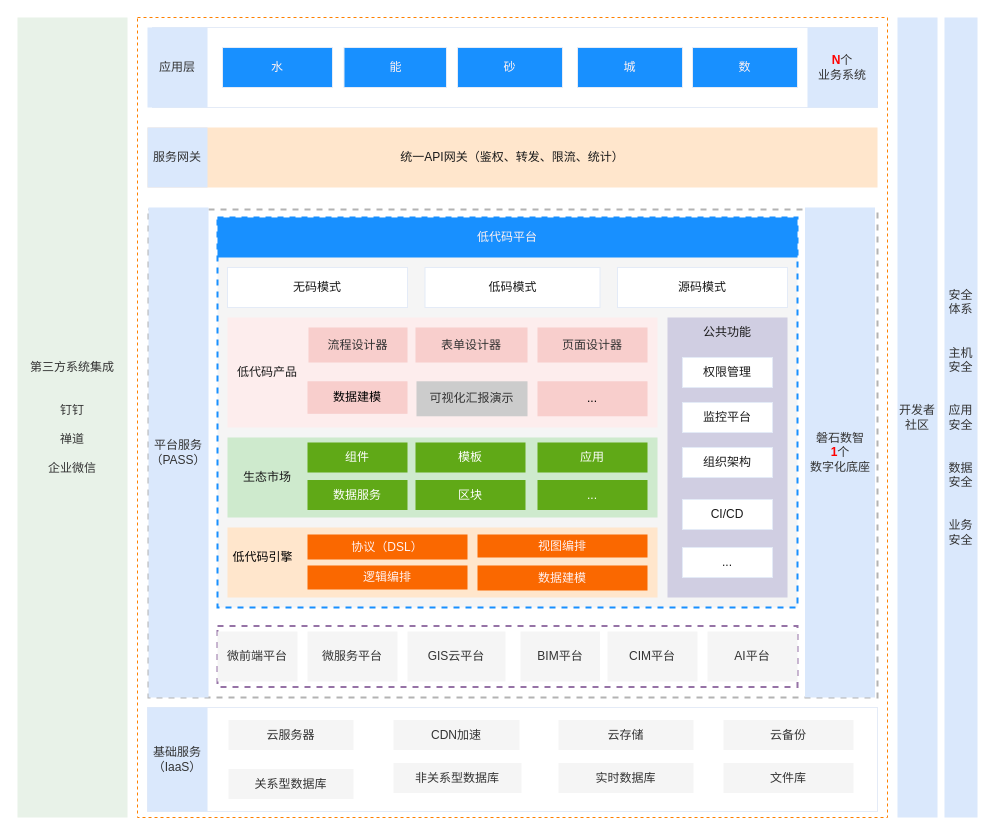
The draw.io diagram 低代码——整体架构图.drawio in tangyaosimida/love, before the edit. Source tidied: cells renumbered, new cells numbered last; positions are measured from the earlier drawing's top-left corner, leaving out a move shared by most shapes. Both pictures are drawn from the tidied source at 100%, with x=0, y=0 at pixel (17, 17).
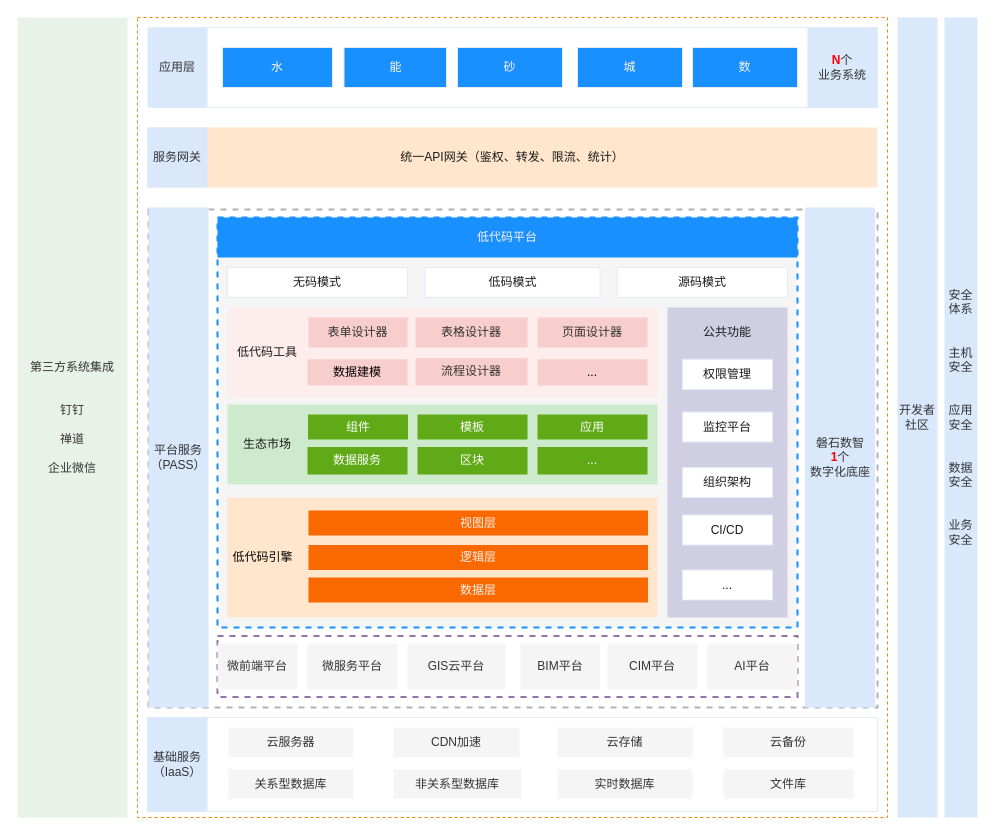
The same diagram, later.

Commit message:
更新低代码——整体架构图.drawio

Change to the diagram source:
```diff
@@
+    <mxCell id="3" style="rounded=0;whiteSpace=wrap;html=1;fillColor=none;dashed=1;strokeColor=#FF8000;fontColor=#1A1A1A;" parent="1" vertex="1">
+      <mxGeometry x="120" width="750" height="800" as="geometry" />
+    </mxCell>
     <mxCell id="2" style="rounded=0;whiteSpace=wrap;html=1;strokeColor=#B3B3B3;fillColor=none;dashed=1;strokeWidth=2;fontColor=#1A1A1A;" parent="1" vertex="1">
-      <mxGeometry x="131" y="192" width="729" height="488" as="geometry" />
+      <mxGeometry x="131" y="192" width="729" height="498" as="geometry" />
     </mxCell>
-    <mxCell id="3" style="rounded=0;whiteSpace=wrap;html=1;fillColor=none;dashed=1;strokeColor=#FF8000;fontColor=#1A1A1A;" parent="1" vertex="1">
-      <mxGeometry x="120" width="750" height="800" as="geometry" />
-    </mxCell>
@@
     <mxCell id="5" style="rounded=0;whiteSpace=wrap;html=1;fillColor=none;dashed=1;strokeWidth=2;strokeColor=#9673a6;" parent="1" vertex="1">
-      <mxGeometry x="200" y="608.5" width="580" height="61" as="geometry" />
+      <mxGeometry x="200" y="618.5" width="580" height="61" as="geometry" />
     </mxCell>
     <mxCell id="6" value="磐石数智&lt;div&gt;&lt;font color=&quot;#ff0000&quot;&gt;&lt;b&gt;1&lt;/b&gt;&lt;/font&gt;个&lt;/div&gt;&lt;div&gt;数字化底座&lt;/div&gt;" style="rounded=0;whiteSpace=wrap;html=1;strokeColor=none;fillColor=#dae8fc;fontColor=#333333;" parent="1" vertex="1">
-      <mxGeometry x="787.5" y="190" width="70" height="490" as="geometry" />
+      <mxGeometry x="787.5" y="190" width="70" height="500" as="geometry" />
     </mxCell>
     <mxCell id="7" value="平台服务&lt;div&gt;（PASS）&lt;/div&gt;" style="rounded=0;whiteSpace=wrap;html=1;fillColor=#dae8fc;strokeColor=none;fontColor=#333333;" parent="1" vertex="1">
-      <mxGeometry x="131" y="190" width="60" height="490" as="geometry" />
+      <mxGeometry x="131" y="190" width="60" height="500" as="geometry" />
     </mxCell>
     <mxCell id="8" style="rounded=0;whiteSpace=wrap;html=1;fillColor=#f5f5f5;dashed=1;strokeColor=#1890FF;strokeWidth=2;fontColor=#1A1A1A;" parent="1" vertex="1">
-      <mxGeometry x="200" y="200" width="580" height="390" as="geometry" />
+      <mxGeometry x="200" y="200" width="580" height="410" as="geometry" />
     </mxCell>
@@
     <mxCell id="11" style="rounded=0;whiteSpace=wrap;html=1;strokeColor=#E4EBF7;fontColor=#1A1A1A;" parent="1" vertex="1">
-      <mxGeometry x="130" y="690" width="730" height="104" as="geometry" />
+      <mxGeometry x="130" y="700" width="730" height="94" as="geometry" />
     </mxCell>
@@
     <mxCell id="14" value="基础服务&lt;div&gt;（IaaS）&lt;/div&gt;" style="rounded=0;whiteSpace=wrap;html=1;fillColor=#dae8fc;strokeColor=none;fontColor=#333333;" parent="1" vertex="1">
-      <mxGeometry x="130" y="690" width="60" height="104" as="geometry" />
+      <mxGeometry x="130" y="700" width="60" height="94" as="geometry" />
     </mxCell>
     <mxCell id="15" value="云服务器" style="rounded=0;whiteSpace=wrap;html=1;fillColor=#f5f5f5;strokeColor=none;fontColor=#333333;" parent="1" vertex="1">
-      <mxGeometry x="211" y="702.5" width="125" height="30" as="geometry" />
+      <mxGeometry x="211" y="710" width="125" height="30" as="geometry" />
     </mxCell>
     <mxCell id="16" value="CDN加速" style="rounded=0;whiteSpace=wrap;html=1;strokeColor=none;fontColor=#333333;fillColor=#f5f5f5;" parent="1" vertex="1">
-      <mxGeometry x="376" y="702.5" width="126" height="30" as="geometry" />
+      <mxGeometry x="376" y="710" width="126" height="30" as="geometry" />
     </mxCell>
     <mxCell id="17" value="云存储" style="rounded=0;whiteSpace=wrap;html=1;strokeColor=none;fontColor=#333333;fillColor=#f5f5f5;" parent="1" vertex="1">
-      <mxGeometry x="541" y="702.5" width="135" height="30" as="geometry" />
+      <mxGeometry x="540" y="710" width="135" height="30" as="geometry" />
     </mxCell>
     <mxCell id="18" value="云备份" style="rounded=0;whiteSpace=wrap;html=1;strokeColor=none;fontColor=#333333;fillColor=#f5f5f5;" parent="1" vertex="1">
-      <mxGeometry x="706" y="702.5" width="130" height="30" as="geometry" />
+      <mxGeometry x="706" y="710" width="130" height="30" as="geometry" />
     </mxCell>
@@
     <mxCell id="20" value="非关系型数据库" style="rounded=0;whiteSpace=wrap;html=1;strokeColor=none;fontColor=#333333;fillColor=#f5f5f5;" parent="1" vertex="1">
-      <mxGeometry x="376" y="745.5" width="128" height="30" as="geometry" />
+      <mxGeometry x="376" y="751.5" width="128" height="30" as="geometry" />
     </mxCell>
     <mxCell id="21" value="实时数据库" style="rounded=0;whiteSpace=wrap;html=1;strokeColor=none;fontColor=#333333;fillColor=#f5f5f5;" parent="1" vertex="1">
-      <mxGeometry x="541" y="745.5" width="135" height="30" as="geometry" />
+      <mxGeometry x="540" y="751.5" width="135" height="30" as="geometry" />
     </mxCell>
     <mxCell id="22" value="文件库" style="rounded=0;whiteSpace=wrap;html=1;strokeColor=none;fontColor=#333333;fillColor=#f5f5f5;" parent="1" vertex="1">
-      <mxGeometry x="706" y="745.5" width="130" height="30" as="geometry" />
+      <mxGeometry x="706" y="751.5" width="130" height="30" as="geometry" />
     </mxCell>
@@
     <mxCell id="28" value="微服务平台" style="rounded=0;whiteSpace=wrap;html=1;strokeColor=none;fontColor=#333333;fillColor=#f5f5f5;" parent="1" vertex="1">
-      <mxGeometry x="290" y="614" width="90" height="50" as="geometry" />
+      <mxGeometry x="290" y="626" width="90" height="46" as="geometry" />
     </mxCell>
     <mxCell id="29" value="微前端平台" style="rounded=0;whiteSpace=wrap;html=1;strokeColor=none;fontColor=#333333;fillColor=#f5f5f5;" parent="1" vertex="1">
-      <mxGeometry x="200" y="614" width="80" height="50" as="geometry" />
+      <mxGeometry x="200" y="626" width="80" height="46" as="geometry" />
     </mxCell>
@@
     <mxCell id="31" value="&lt;div&gt;&lt;br&gt;&lt;/div&gt;" style="rounded=0;whiteSpace=wrap;html=1;strokeColor=none;fillColor=#d0cee2;fontColor=#1A1A1A;" parent="1" vertex="1">
-      <mxGeometry x="650" y="300" width="120" height="280" as="geometry" />
+      <mxGeometry x="650" y="290" width="120" height="310" as="geometry" />
     </mxCell>
     <mxCell id="32" value="权限管理" style="rounded=0;whiteSpace=wrap;html=1;strokeColor=#E4EBF7;fontColor=#1A1A1A;" parent="1" vertex="1">
-      <mxGeometry x="665" y="340" width="90" height="30" as="geometry" />
+      <mxGeometry x="665" y="341.8" width="90" height="30" as="geometry" />
     </mxCell>
     <mxCell id="33" value="监控平台" style="rounded=0;whiteSpace=wrap;html=1;strokeColor=#E4EBF7;fontColor=#1A1A1A;" parent="1" vertex="1">
-      <mxGeometry x="665" y="385" width="90" height="30" as="geometry" />
+      <mxGeometry x="665" y="394.5" width="90" height="30" as="geometry" />
     </mxCell>
     <mxCell id="34" value="组织架构" style="rounded=0;whiteSpace=wrap;html=1;strokeColor=#E4EBF7;fontColor=#1A1A1A;" parent="1" vertex="1">
-      <mxGeometry x="665" y="430" width="90" height="30" as="geometry" />
+      <mxGeometry x="665" y="450" width="90" height="30" as="geometry" />
     </mxCell>
     <mxCell id="35" value="CI/CD" style="rounded=0;whiteSpace=wrap;html=1;strokeColor=#E4EBF7;fontColor=#1A1A1A;" parent="1" vertex="1">
-      <mxGeometry x="665" y="482" width="90" height="30" as="geometry" />
+      <mxGeometry x="665" y="497.5" width="90" height="30" as="geometry" />
     </mxCell>
     <mxCell id="36" value="..." style="rounded=0;whiteSpace=wrap;html=1;strokeColor=#E4EBF7;fontColor=#1A1A1A;" parent="1" vertex="1">
-      <mxGeometry x="665" y="530" width="90" height="30" as="geometry" />
+      <mxGeometry x="665" y="552.5" width="90" height="30" as="geometry" />
     </mxCell>
@@
     <mxCell id="38" style="rounded=0;whiteSpace=wrap;html=1;strokeColor=none;fillColor=#ffe6cc;dashed=1;strokeWidth=2;" parent="1" vertex="1">
-      <mxGeometry x="210" y="510" width="430" height="70" as="geometry" />
+      <mxGeometry x="210" y="480" width="430" height="120" as="geometry" />
     </mxCell>
     <mxCell id="39" style="rounded=0;whiteSpace=wrap;html=1;strokeColor=none;fillColor=#CEEACD;dashed=1;strokeWidth=2;" parent="1" vertex="1">
-      <mxGeometry x="210" y="420" width="430" height="80" as="geometry" />
+      <mxGeometry x="210" y="387" width="430" height="80" as="geometry" />
     </mxCell>
     <mxCell id="40" value="模板" style="text;html=1;align=center;verticalAlign=middle;whiteSpace=wrap;rounded=0;strokeColor=none;fontColor=#ffffff;fillColor=#60a917;" parent="1" vertex="1">
-      <mxGeometry x="398" y="425" width="110" height="30" as="geometry" />
+      <mxGeometry x="400" y="397" width="110" height="25" as="geometry" />
     </mxCell>
     <mxCell id="41" value="应用" style="text;html=1;align=center;verticalAlign=middle;whiteSpace=wrap;rounded=0;strokeColor=none;fontColor=#ffffff;fillColor=#60a917;" parent="1" vertex="1">
-      <mxGeometry x="520" y="425" width="110" height="30" as="geometry" />
+      <mxGeometry x="520" y="397" width="110" height="25" as="geometry" />
     </mxCell>
     <mxCell id="42" style="rounded=0;whiteSpace=wrap;html=1;strokeColor=none;fillColor=#FDEDED;strokeWidth=2;dashed=1;" parent="1" vertex="1">
-      <mxGeometry x="210" y="300" width="430" height="110" as="geometry" />
+      <mxGeometry x="210" y="290" width="430" height="90" as="geometry" />
     </mxCell>
     <mxCell id="43" value="无码模式" style="rounded=0;whiteSpace=wrap;html=1;strokeColor=#E4EBF7;fontColor=#1A1A1A;" parent="1" vertex="1">
-      <mxGeometry x="210" y="250" width="180" height="40" as="geometry" />
+      <mxGeometry x="210" y="250" width="180" height="30" as="geometry" />
     </mxCell>
     <mxCell id="44" value="低码模式" style="rounded=0;whiteSpace=wrap;html=1;strokeColor=#E4EBF7;fontColor=#1A1A1A;" parent="1" vertex="1">
-      <mxGeometry x="407.5" y="250" width="175" height="40" as="geometry" />
+      <mxGeometry x="407.5" y="250" width="175" height="30" as="geometry" />
     </mxCell>
     <mxCell id="45" value="源码模式" style="rounded=0;whiteSpace=wrap;html=1;strokeColor=#E4EBF7;fontColor=#1A1A1A;" parent="1" vertex="1">
-      <mxGeometry x="600" y="250" width="170" height="40" as="geometry" />
+      <mxGeometry x="600" y="250" width="170" height="30" as="geometry" />
     </mxCell>
     <mxCell id="46" value="低代码引擎" style="rounded=0;whiteSpace=wrap;html=1;strokeColor=none;fillColor=none;" parent="1" vertex="1">
-      <mxGeometry x="211" y="516" width="69" height="48" as="geometry" />
+      <mxGeometry x="211" y="480" width="69" height="120" as="geometry" />
     </mxCell>
     <mxCell id="47" value="组件" style="text;html=1;align=center;verticalAlign=middle;whiteSpace=wrap;rounded=0;fillColor=#60a917;fontColor=#ffffff;strokeColor=none;" parent="1" vertex="1">
-      <mxGeometry x="290" y="425" width="100" height="30" as="geometry" />
+      <mxGeometry x="290.5" y="397" width="100" height="25" as="geometry" />
     </mxCell>
-    <mxCell id="48" value="协议（DSL）" style="text;html=1;align=center;verticalAlign=middle;whiteSpace=wrap;rounded=0;strokeColor=none;fillColor=#fa6800;fontColor=#FFF2F2;" parent="1" vertex="1">
-      <mxGeometry x="290" y="517" width="160" height="25" as="geometry" />
+    <mxCell id="48" value="数据层" style="text;html=1;align=center;verticalAlign=middle;whiteSpace=wrap;rounded=0;strokeColor=none;fillColor=#fa6800;fontColor=#FFF2F2;" parent="1" vertex="1">
+      <mxGeometry x="291" y="560" width="339.5" height="25" as="geometry" />
     </mxCell>
     <mxCell id="49" value="数据建模" style="rounded=0;whiteSpace=wrap;html=1;strokeColor=none;fillColor=#f8cecc;" parent="1" vertex="1">
-      <mxGeometry x="290" y="363.8" width="100" height="32.5" as="geometry" />
+      <mxGeometry x="290" y="341.8" width="100" height="26.2" as="geometry" />
     </mxCell>
-    <mxCell id="50" value="可视化汇报演示" style="rounded=0;whiteSpace=wrap;html=1;strokeColor=none;fillColor=#CCCCCC;fontColor=#333333;" parent="1" vertex="1">
-      <mxGeometry x="399" y="363.8" width="111" height="35" as="geometry" />
-    </mxCell>
-    <mxCell id="51" value="流程设计器" style="rounded=0;whiteSpace=wrap;html=1;strokeColor=none;fillColor=#f8cecc;fontColor=#333333;" parent="1" vertex="1">
-      <mxGeometry x="291" y="310" width="99" height="35" as="geometry" />
+    <mxCell id="51" value="表单设计器" style="rounded=0;whiteSpace=wrap;html=1;strokeColor=none;fillColor=#f8cecc;fontColor=#333333;" parent="1" vertex="1">
+      <mxGeometry x="291" y="300" width="99" height="30" as="geometry" />
     </mxCell>
-    <mxCell id="52" value="表单设计器" style="rounded=0;whiteSpace=wrap;html=1;strokeColor=none;fillColor=#f8cecc;fontColor=#333333;" parent="1" vertex="1">
-      <mxGeometry x="398" y="310" width="112" height="35" as="geometry" />
+    <mxCell id="52" value="表格设计器" style="rounded=0;whiteSpace=wrap;html=1;strokeColor=none;fillColor=#f8cecc;fontColor=#333333;" parent="1" vertex="1">
+      <mxGeometry x="398" y="300" width="112" height="30" as="geometry" />
     </mxCell>
     <mxCell id="53" value="页面设计器" style="rounded=0;whiteSpace=wrap;html=1;strokeColor=none;fillColor=#f8cecc;fontColor=#333333;" parent="1" vertex="1">
-      <mxGeometry x="520" y="310" width="110" height="35" as="geometry" />
+      <mxGeometry x="520" y="300" width="110" height="30" as="geometry" />
     </mxCell>
     <mxCell id="54" value="生态市场" style="rounded=0;whiteSpace=wrap;html=1;strokeColor=none;fontColor=#1A1A1A;fillColor=none;" parent="1" vertex="1">
-      <mxGeometry x="210" y="420" width="80" height="80" as="geometry" />
+      <mxGeometry x="210" y="387" width="80" height="80" as="geometry" />
     </mxCell>
     <mxCell id="55" value="区块" style="text;html=1;align=center;verticalAlign=middle;whiteSpace=wrap;rounded=0;strokeColor=none;fillColor=#60a917;fontColor=#ffffff;" parent="1" vertex="1">
-      <mxGeometry x="398" y="462.5" width="110" height="30" as="geometry" />
+      <mxGeometry x="400" y="429.5" width="110" height="27.5" as="geometry" />
     </mxCell>
     <mxCell id="56" value="..." style="text;html=1;align=center;verticalAlign=middle;whiteSpace=wrap;rounded=0;strokeColor=none;fillColor=#60a917;fontColor=#ffffff;" parent="1" vertex="1">
-      <mxGeometry x="520" y="462.5" width="110" height="30" as="geometry" />
+      <mxGeometry x="520" y="429.5" width="110" height="27.5" as="geometry" />
     </mxCell>
     <mxCell id="57" value="GIS云平台" style="rounded=0;whiteSpace=wrap;html=1;strokeColor=none;fontColor=#333333;fillColor=#f5f5f5;" parent="1" vertex="1">
-      <mxGeometry x="390" y="614" width="98" height="50" as="geometry" />
+      <mxGeometry x="390" y="626" width="98" height="46" as="geometry" />
     </mxCell>
     <mxCell id="58" value="BIM平台" style="rounded=0;whiteSpace=wrap;html=1;strokeColor=none;fontColor=#333333;fillColor=#f5f5f5;" parent="1" vertex="1">
-      <mxGeometry x="503" y="614" width="79.5" height="50" as="geometry" />
+      <mxGeometry x="503" y="626" width="79.5" height="46" as="geometry" />
     </mxCell>
     <mxCell id="59" value="CIM平台" style="rounded=0;whiteSpace=wrap;html=1;strokeColor=none;fontColor=#333333;fillColor=#f5f5f5;" parent="1" vertex="1">
-      <mxGeometry x="590" y="614" width="90" height="50" as="geometry" />
+      <mxGeometry x="590" y="626" width="90" height="46" as="geometry" />
     </mxCell>
     <mxCell id="60" value="AI平台" style="rounded=0;whiteSpace=wrap;html=1;strokeColor=none;fontColor=#333333;fillColor=#f5f5f5;" parent="1" vertex="1">
-      <mxGeometry x="690" y="614" width="90" height="50" as="geometry" />
+      <mxGeometry x="690" y="626" width="90" height="46" as="geometry" />
     </mxCell>
-    <mxCell id="61" value="低代码产品" style="rounded=0;whiteSpace=wrap;html=1;strokeColor=none;fontColor=#1A1A1A;fillColor=none;" parent="1" vertex="1">
-      <mxGeometry x="210" y="300" width="80" height="110" as="geometry" />
+    <mxCell id="61" value="低代码工具" style="rounded=0;whiteSpace=wrap;html=1;strokeColor=none;fontColor=#1A1A1A;fillColor=none;" parent="1" vertex="1">
+      <mxGeometry x="210" y="290" width="80" height="90" as="geometry" />
     </mxCell>
     <mxCell id="62" value="..." style="rounded=0;whiteSpace=wrap;html=1;strokeColor=none;fillColor=#f8cecc;" parent="1" vertex="1">
-      <mxGeometry x="520" y="363.8" width="110" height="35" as="geometry" />
+      <mxGeometry x="520" y="341.8" width="110" height="26.2" as="geometry" />
     </mxCell>
     <mxCell id="63" value="数据服务" style="text;html=1;align=center;verticalAlign=middle;whiteSpace=wrap;rounded=0;fillColor=#60a917;fontColor=#ffffff;strokeColor=none;" parent="1" vertex="1">
-      <mxGeometry x="290" y="462.5" width="100" height="30" as="geometry" />
+      <mxGeometry x="290" y="429.5" width="100" height="27.5" as="geometry" />
     </mxCell>
@@
-    <mxCell id="68" value="逻辑编排" style="text;html=1;align=center;verticalAlign=middle;whiteSpace=wrap;rounded=0;strokeColor=none;fillColor=#fa6800;fontColor=#FFF2F2;" parent="1" vertex="1">
-      <mxGeometry x="290" y="548" width="160" height="24" as="geometry" />
-    </mxCell>
-    <mxCell id="69" value="视图编排" style="text;html=1;align=center;verticalAlign=middle;whiteSpace=wrap;rounded=0;strokeColor=none;fillColor=#fa6800;fontColor=#FFF2F2;" parent="1" vertex="1">
-      <mxGeometry x="460" y="517" width="170" height="23" as="geometry" />
-    </mxCell>
-    <mxCell id="70" value="数据建模" style="text;html=1;align=center;verticalAlign=middle;whiteSpace=wrap;rounded=0;strokeColor=none;fillColor=#fa6800;fontColor=#FFF2F2;" parent="1" vertex="1">
-      <mxGeometry x="460" y="548" width="170" height="25" as="geometry" />
-    </mxCell>
+    <mxCell id="71" value="流程设计器" style="rounded=0;whiteSpace=wrap;html=1;strokeColor=none;fillColor=#f8cecc;fontColor=#333333;" parent="1" vertex="1">
+      <mxGeometry x="398" y="340.5" width="112" height="27.5" as="geometry" />
+    </mxCell>
+    <mxCell id="72" value="视图层" style="text;html=1;align=center;verticalAlign=middle;whiteSpace=wrap;rounded=0;strokeColor=none;fillColor=#fa6800;fontColor=#FFF2F2;" parent="1" vertex="1">
+      <mxGeometry x="291" y="493" width="339.5" height="25" as="geometry" />
+    </mxCell>
+    <mxCell id="73" value="逻辑层" style="text;html=1;align=center;verticalAlign=middle;whiteSpace=wrap;rounded=0;strokeColor=none;fillColor=#fa6800;fontColor=#FFF2F2;" parent="1" vertex="1">
+      <mxGeometry x="291" y="527.5" width="339.5" height="25" as="geometry" />
+    </mxCell>
```
